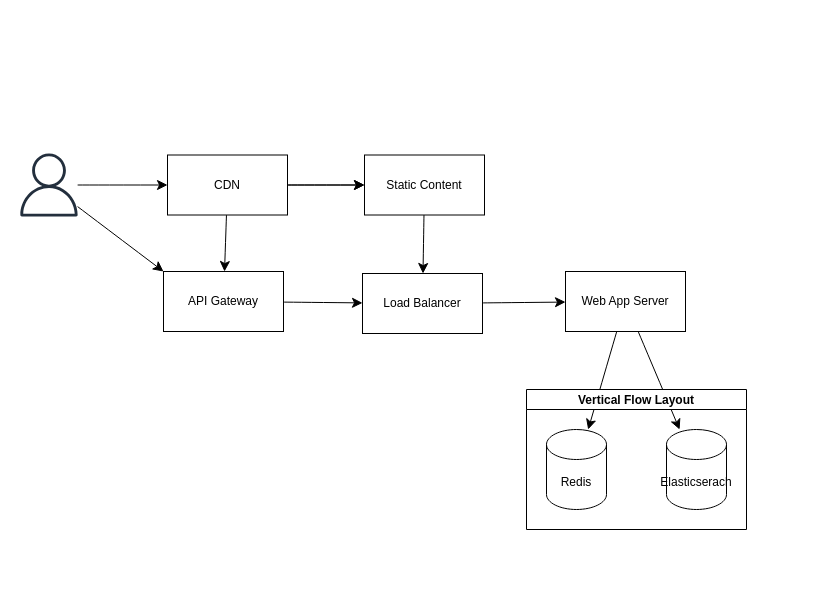
KakoDev/desafio-meli keeps this draw.io diagram as Diagrama sin título.drawio. Above is the earlier version. Source tidied: cells renumbered, new cells numbered last; positions are measured from the earlier drawing's top-left corner, leaving out a move shared by most shapes. Both pictures are drawn from the tidied source at 100%, with x=0, y=0 at pixel (17, 153).
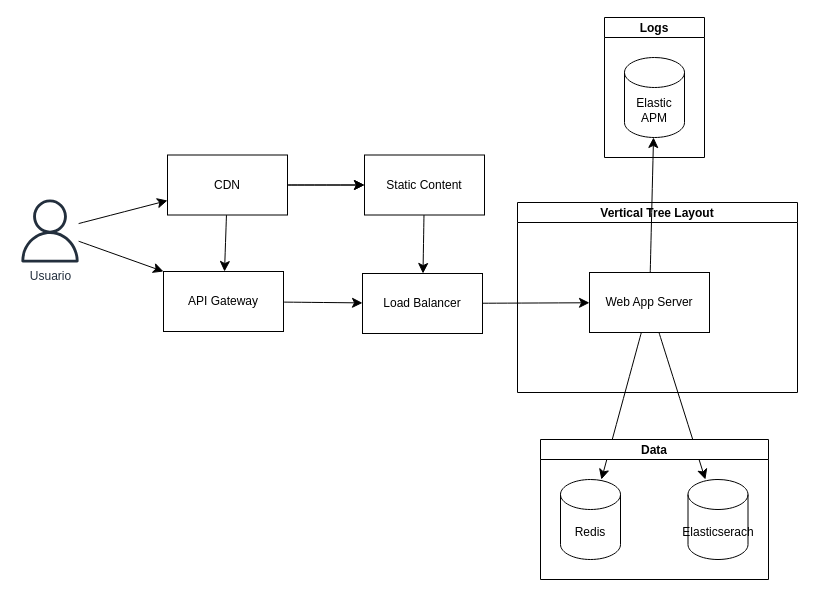
The same page after the edit.

Change to the diagram source:
```diff
@@
-    <mxCell id="3" style="sketch=0;outlineConnect=0;fontColor=#232F3E;gradientColor=none;fillColor=#232F3D;strokeColor=none;dashed=0;verticalLabelPosition=bottom;verticalAlign=top;align=center;html=1;fontSize=12;fontStyle=0;shape=mxgraph.aws4.user;" parent="1" vertex="1">
-      <mxGeometry width="63" height="63" as="geometry" />
+    <mxCell id="3" value="Usuario" style="sketch=0;outlineConnect=0;fontColor=#232F3E;gradientColor=none;fillColor=#232F3D;strokeColor=none;dashed=0;verticalLabelPosition=bottom;verticalAlign=top;align=center;html=1;fontSize=12;fontStyle=0;shape=mxgraph.aws4.user;" parent="1" vertex="1">
+      <mxGeometry x="1" y="46" width="63" height="63" as="geometry" />
     </mxCell>
@@
-    <mxCell id="15" value="Web App Server" style="rounded=0;whiteSpace=wrap;html=1;" parent="1" vertex="1">
-      <mxGeometry x="548" y="118" width="120" height="60" as="geometry" />
-    </mxCell>
@@
-    <mxCell id="18" value="Vertical Flow Layout" style="swimlane;startSize=20;horizontal=1;flowOrientation=north;interRankCellSpacing=50;containerType=tree;fontSize=12;" parent="1" vertex="1">
-      <mxGeometry x="509" y="236" width="220" height="140" as="geometry" />
+    <mxCell id="18" value="Data" style="swimlane;startSize=20;horizontal=1;flowOrientation=north;interRankCellSpacing=50;containerType=tree;fontSize=12;" parent="1" vertex="1">
+      <mxGeometry x="523" y="286" width="228" height="140" as="geometry" />
     </mxCell>
@@
     <mxCell id="20" value="Elasticserach" style="shape=cylinder3;whiteSpace=wrap;html=1;boundedLbl=1;backgroundOutline=1;size=15;" parent="18" vertex="1">
-      <mxGeometry x="140" y="40" width="60" height="80" as="geometry" />
+      <mxGeometry x="147.5" y="40" width="60" height="80" as="geometry" />
     </mxCell>
+    <mxCell id="21" value="Vertical Tree Layout" style="swimlane;startSize=20;horizontal=1;horizontalTree=0;sortEdges=1;containerType=tree;fontSize=12;" parent="1" vertex="1">
+      <mxGeometry x="500" y="49" width="280" height="190" as="geometry" />
+    </mxCell>
+    <mxCell id="15" value="Web App Server" style="rounded=0;whiteSpace=wrap;html=1;" parent="21" vertex="1">
+      <mxGeometry x="72" y="70" width="120" height="60" as="geometry" />
+    </mxCell>
+    <mxCell id="22" value="Logs" style="swimlane;startSize=20;horizontal=1;flowOrientation=north;interRankCellSpacing=50;containerType=tree;fontSize=12;" parent="1" vertex="1">
+      <mxGeometry x="587" y="-136" width="100" height="140" as="geometry" />
+    </mxCell>
+    <mxCell id="23" value="Elastic APM" style="shape=cylinder3;whiteSpace=wrap;html=1;boundedLbl=1;backgroundOutline=1;size=15;" parent="22" vertex="1">
+      <mxGeometry x="20" y="40" width="60" height="80" as="geometry" />
+    </mxCell>
+    <mxCell id="24" style="edgeStyle=none;curved=1;rounded=0;jettySize=auto;html=1;fontSize=12;startSize=8;endSize=8;" parent="1" edge="1" source="15" target="23">
+      <mxGeometry relative="1" as="geometry" />
+    </mxCell>
```
